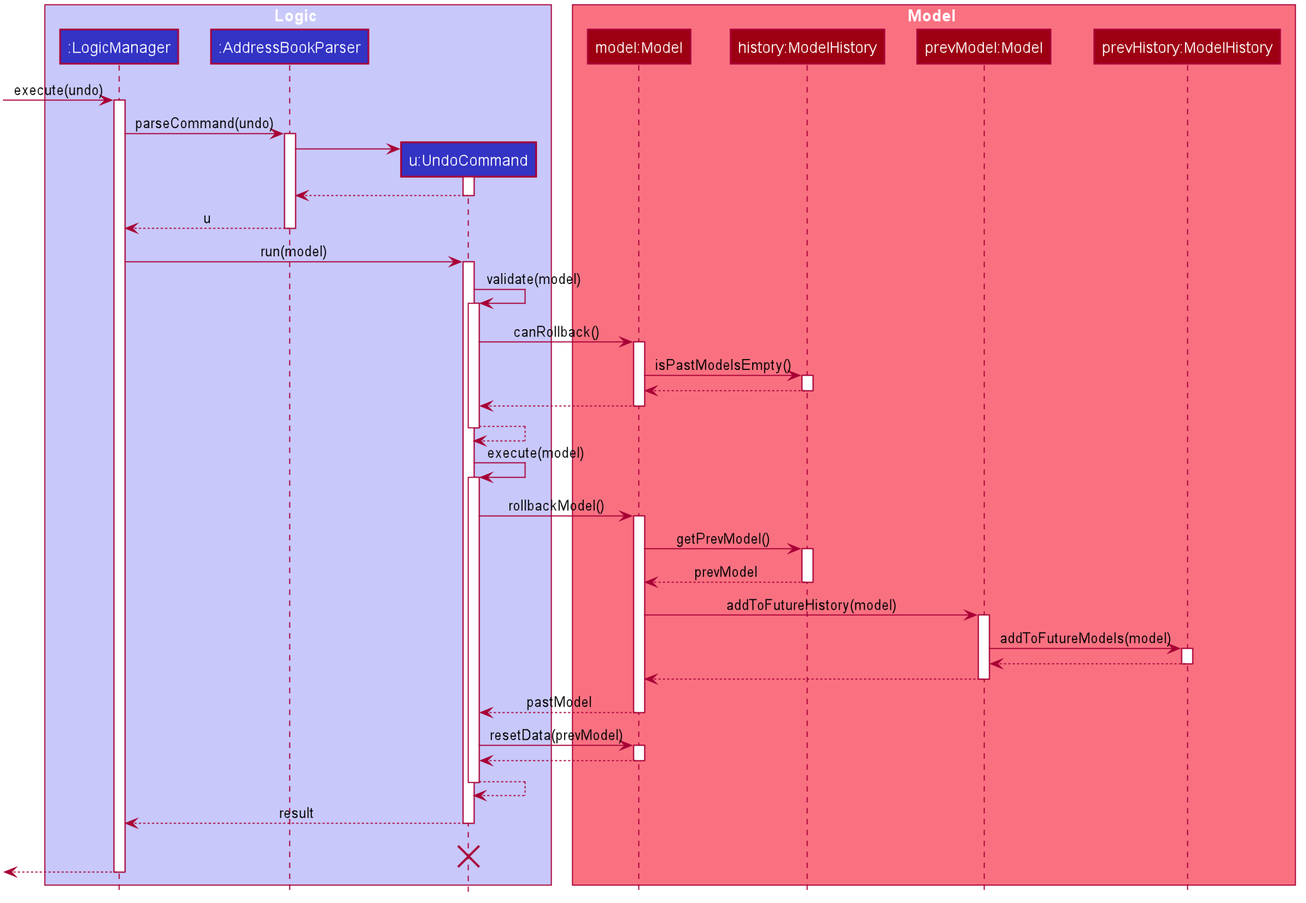
This is docs/images/UndoSequenceDiagram.png from nus-cs2103-AY1920S1/addressbook-level3, a PlantUML export, as it was before one commit. The source it was exported from:
```plantuml
@startuml








skinparam BackgroundColor #FFFFFFF

skinparam Shadowing false

skinparam Class {
    FontColor #FFFFFF
    BorderThickness 1
    BorderColor #FFFFFF
    StereotypeFontColor #FFFFFF
    FontName Arial
}

skinparam Actor {
    BorderColor #000000
    Color #000000
    FontName Arial
}

skinparam Sequence {
    MessageAlign center
    BoxFontSize 15
    BoxPadding 0
    BoxFontColor #FFFFFF
    FontName Arial
}

skinparam Participant {
    FontColor #FFFFFFF
    Padding 20
}

skinparam MinClassWidth 50
skinparam ParticipantPadding 10
skinparam Shadowing false
skinparam DefaultTextAlignment center
skinparam packageStyle Rectangle

hide footbox
hide members
hide circle

box Logic #C8C8FA
participant ":LogicManager" as LogicManager #3333C4
participant ":AddressBookParser" as AddressBookParser #3333C4
participant "u:UndoCommand" as UndoCommand #3333C4
end box

box Model #F97181
participant "model:Model" as Model #9D0012
participant "history:ModelHistory" as ModelHistory #9D0012
participant "prevModel:Model" as PrevModel #9D0012
participant "prevHistory:ModelHistory" as PrevModelHistory #9D0012
end box
[-> LogicManager : execute(undo)
activate LogicManager

LogicManager -> AddressBookParser : parseCommand(undo)
activate AddressBookParser

create UndoCommand
AddressBookParser -> UndoCommand
activate UndoCommand

UndoCommand --> AddressBookParser
deactivate UndoCommand

AddressBookParser --> LogicManager : u
deactivate AddressBookParser

LogicManager -> UndoCommand : run(model)
activate UndoCommand

UndoCommand -> UndoCommand : validate(model)
activate UndoCommand

UndoCommand -> Model : canRollback()
activate Model

Model -> ModelHistory : isPastModelsEmpty()
activate ModelHistory

ModelHistory --> Model :
deactivate ModelHistory

Model --> UndoCommand
deactivate Model

UndoCommand --> UndoCommand
deactivate UndoCommand

UndoCommand -> UndoCommand :execute(model)
activate UndoCommand

UndoCommand -> Model : rollbackModel()
activate Model

Model -> ModelHistory : getPrevModel()
activate ModelHistory

ModelHistory --> Model : prevModel
deactivate ModelHistory

Model -> PrevModel : addToFutureHistory(model)
activate PrevModel

PrevModel -> PrevModelHistory : addToFutureModels(model)
activate PrevModelHistory

PrevModelHistory --> PrevModel :
deactivate PrevModelHistory

PrevModel --> Model :
deactivate PrevModel

Model --> UndoCommand : pastModel
deactivate Model

UndoCommand -> Model : resetData(prevModel)
activate Model

Model --> UndoCommand :
deactivate Model

UndoCommand --> UndoCommand
deactivate UndoCommand

UndoCommand --> LogicManager : result
deactivate UndoCommand
UndoCommand -[hidden]-> LogicManager : result
destroy UndoCommand

[<--LogicManager
deactivate LogicManager
@enduml
```
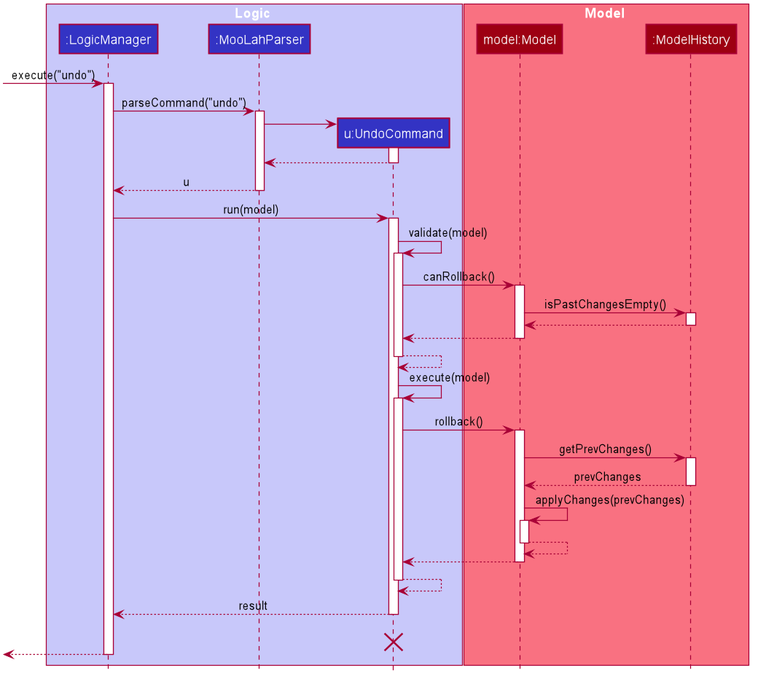
The same file after the commit.

Diff of the diagram source:
```diff
@@ -50,31 +50,30 @@
 
 box Logic #C8C8FA
 participant ":LogicManager" as LogicManager #3333C4
-participant ":AddressBookParser" as AddressBookParser #3333C4
+participant ":MooLahParser" as MooLahParser #3333C4
 participant "u:UndoCommand" as UndoCommand #3333C4
 end box
 
 box Model #F97181
 participant "model:Model" as Model #9D0012
-participant "history:ModelHistory" as ModelHistory #9D0012
-participant "prevModel:Model" as PrevModel #9D0012
-participant "prevHistory:ModelHistory" as PrevModelHistory #9D0012
+participant ":ModelHistory" as ModelHistory #9D0012
 end box
-[-> LogicManager : execute(undo)
+
+[-> LogicManager : execute("undo")
 activate LogicManager
 
-LogicManager -> AddressBookParser : parseCommand(undo)
-activate AddressBookParser
+LogicManager -> MooLahParser : parseCommand("undo")
+activate MooLahParser
 
 create UndoCommand
-AddressBookParser -> UndoCommand
+MooLahParser -> UndoCommand
 activate UndoCommand
 
-UndoCommand --> AddressBookParser
+UndoCommand --> MooLahParser
 deactivate UndoCommand
 
-AddressBookParser --> LogicManager : u
-deactivate AddressBookParser
+MooLahParser --> LogicManager : u
+deactivate MooLahParser
 
 LogicManager -> UndoCommand : run(model)
 activate UndoCommand
@@ -85,7 +84,7 @@
 UndoCommand -> Model : canRollback()
 activate Model
 
-Model -> ModelHistory : isPastModelsEmpty()
+Model -> ModelHistory : isPastChangesEmpty()
 activate ModelHistory
 
 ModelHistory --> Model :
@@ -100,34 +99,22 @@
 UndoCommand -> UndoCommand :execute(model)
 activate UndoCommand
 
-UndoCommand -> Model : rollbackModel()
+UndoCommand -> Model : rollback()
 activate Model
 
-Model -> ModelHistory : getPrevModel()
+Model -> ModelHistory : getPrevChanges()
 activate ModelHistory
 
-ModelHistory --> Model : prevModel
+ModelHistory --> Model : prevChanges
 deactivate ModelHistory
 
-Model -> PrevModel : addToFutureHistory(model)
-activate PrevModel
+Model -> Model : applyChanges(prevChanges)
+activate Model
 
-PrevModel -> PrevModelHistory : addToFutureModels(model)
-activate PrevModelHistory
-
-PrevModelHistory --> PrevModel :
-deactivate PrevModelHistory
-
-PrevModel --> Model :
-deactivate PrevModel
-
-Model --> UndoCommand : pastModel
+Model --> Model
 deactivate Model
 
-UndoCommand -> Model : resetData(prevModel)
-activate Model
-
-Model --> UndoCommand :
+Model --> UndoCommand
 deactivate Model
 
 UndoCommand --> UndoCommand
```
